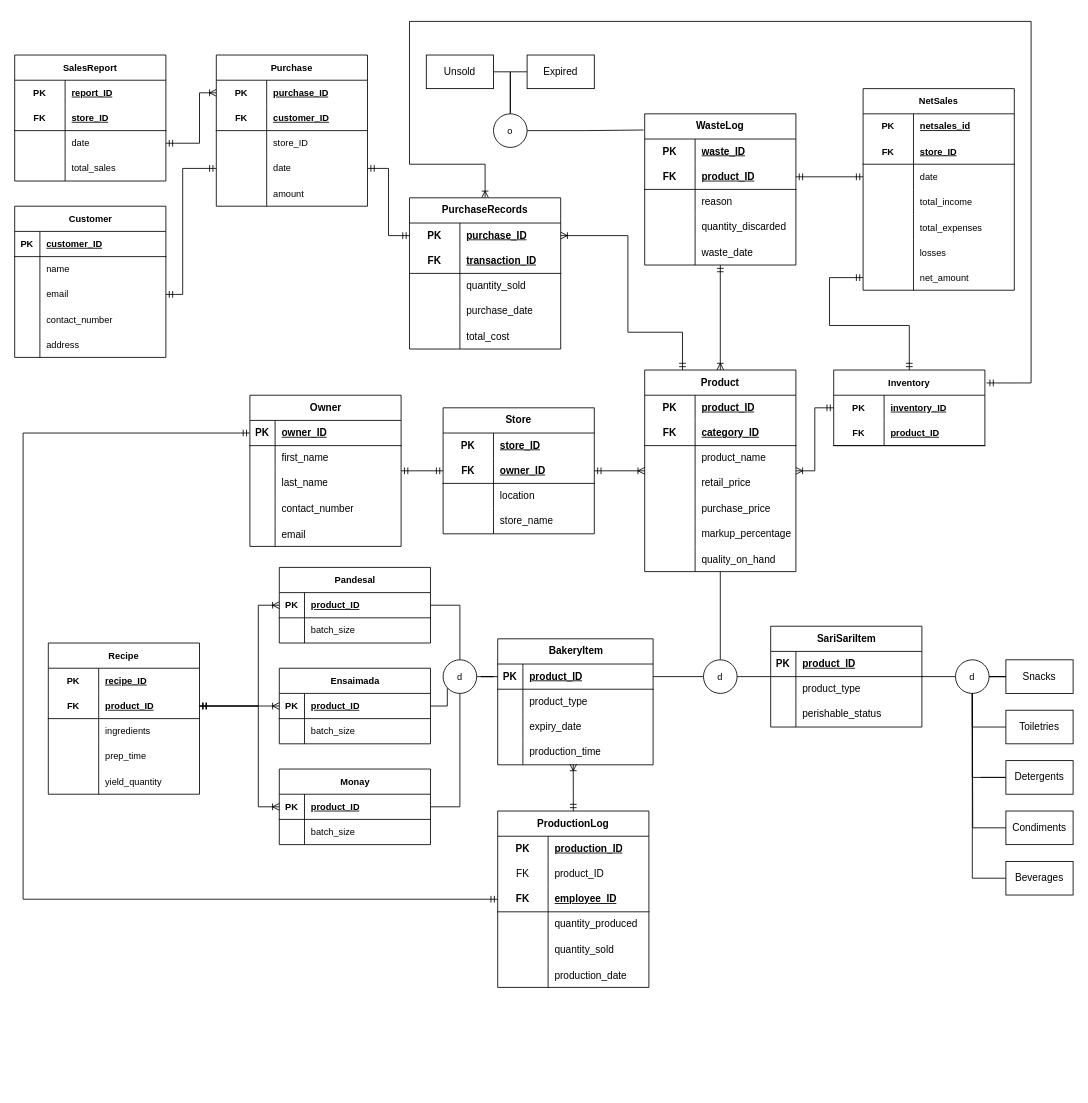
This is Reworked ERD.drawio from ConnedMaster/ITS131P, a draw.io file, before an edit. Source tidied: cells renumbered, new cells numbered last; positions are measured from the earlier drawing's top-left corner, leaving out a move shared by most shapes. Both pictures are drawn from the tidied source at 84%, with x=0, y=0 at pixel (14, 21).
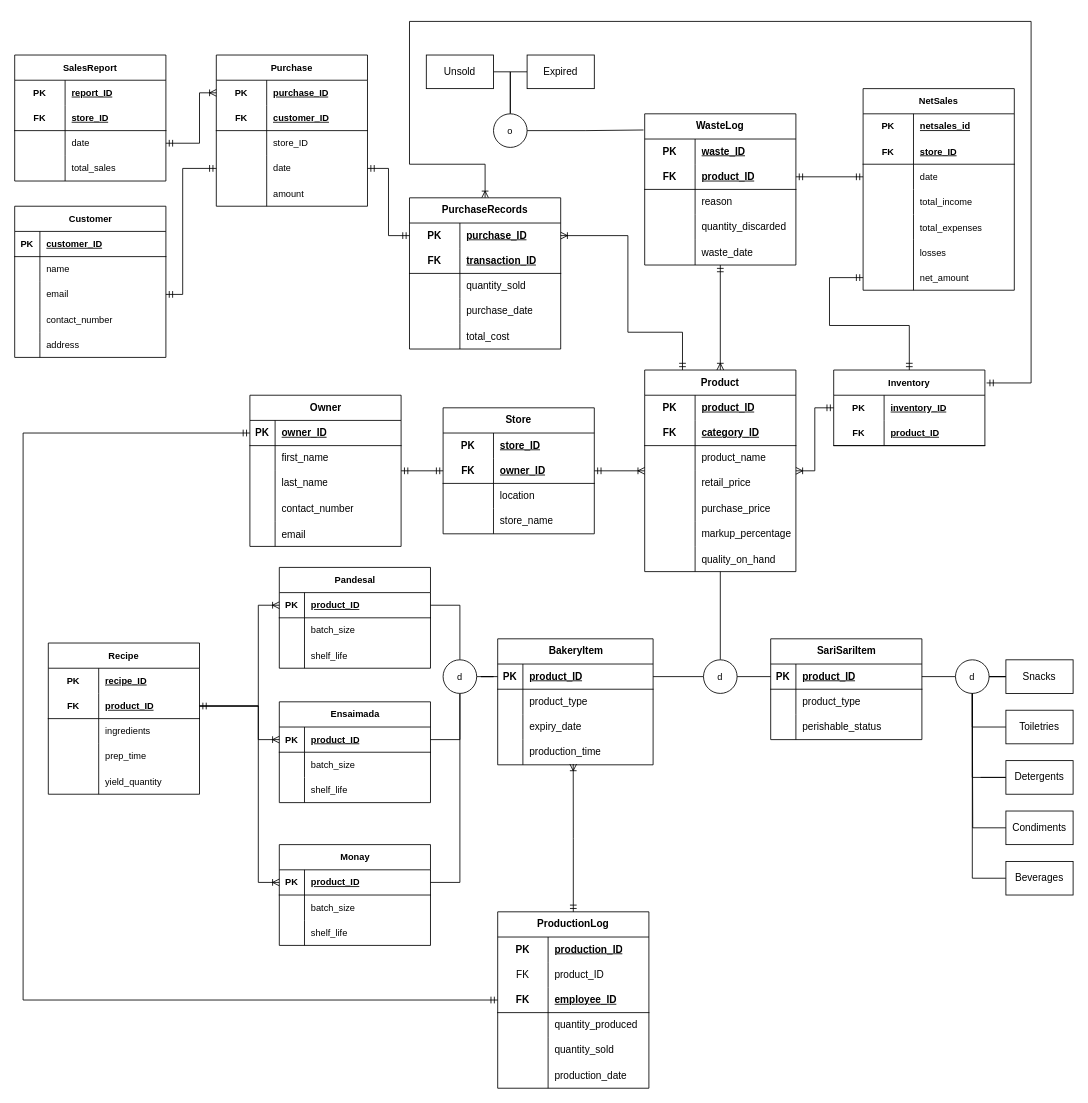
Above is the later version.

Unchanged cells that the change refers to:
```xml
<mxCell id="5" value="d" style="ellipse;whiteSpace=wrap;html=1;fontFamily=Helvetica;fontSize=11;fontColor=default;labelBackgroundColor=default;" parent="1" vertex="1">
  <mxGeometry x="820" y="760" width="40" height="40" as="geometry" />
</mxCell>
<mxCell id="10" value="d" style="ellipse;whiteSpace=wrap;html=1;fontFamily=Helvetica;fontSize=11;fontColor=default;labelBackgroundColor=default;" parent="1" vertex="1">
  <mxGeometry x="510" y="760" width="40" height="40" as="geometry" />
</mxCell>
<mxCell id="14" value="d" style="ellipse;whiteSpace=wrap;html=1;fontFamily=Helvetica;fontSize=11;fontColor=default;labelBackgroundColor=default;" parent="1" vertex="1">
  <mxGeometry x="1120" y="760" width="40" height="40" as="geometry" />
</mxCell>
<mxCell id="34" style="shape=tableRow;horizontal=0;startSize=0;swimlaneHead=0;swimlaneBody=0;fillColor=none;points=[[0,0.5],[1,0.5]];portConstraint=eastwest;top=0;left=0;right=0;bottom=1;" parent="33" vertex="1">
  <mxGeometry y="30" width="180" height="30" as="geometry" />
</mxCell>
<mxCell id="82" style="shape=tableRow;horizontal=0;startSize=0;swimlaneHead=0;swimlaneBody=0;fillColor=none;points=[[0,0.5],[1,0.5]];portConstraint=eastwest;top=0;left=0;right=0;bottom=1;" parent="81" vertex="1">
  <mxGeometry y="30" width="180" height="30" as="geometry" />
</mxCell>
<mxCell id="201" style="shape=tableRow;horizontal=0;startSize=0;swimlaneHead=0;swimlaneBody=0;fillColor=none;points=[[0,0.5],[1,0.5]];portConstraint=eastwest;top=0;left=0;right=0;bottom=1;html=1;fontFamily=Helvetica;fontSize=11;fontColor=default;labelBackgroundColor=default;" parent="197" vertex="1">
  <mxGeometry y="60" width="180" height="30" as="geometry" />
</mxCell>
<mxCell id="260" style="shape=tableRow;horizontal=0;startSize=0;swimlaneHead=0;swimlaneBody=0;fillColor=none;points=[[0,0.5],[1,0.5]];portConstraint=eastwest;top=0;left=0;right=0;bottom=1;fontFamily=Helvetica;fontSize=11;fontColor=default;labelBackgroundColor=default;" parent="259" vertex="1">
  <mxGeometry y="30" width="180" height="30" as="geometry" />
</mxCell>
<mxCell id="267" style="shape=tableRow;horizontal=0;startSize=0;swimlaneHead=0;swimlaneBody=0;fillColor=none;points=[[0,0.5],[1,0.5]];portConstraint=eastwest;top=0;left=0;right=0;bottom=1;fontFamily=Helvetica;fontSize=11;fontColor=default;labelBackgroundColor=default;" parent="266" vertex="1">
  <mxGeometry y="30" width="180" height="30" as="geometry" />
</mxCell>
<mxCell id="275" style="shape=tableRow;horizontal=0;startSize=0;swimlaneHead=0;swimlaneBody=0;fillColor=none;points=[[0,0.5],[1,0.5]];portConstraint=eastwest;top=0;left=0;right=0;bottom=1;fontFamily=Helvetica;fontSize=11;fontColor=default;labelBackgroundColor=default;" parent="274" vertex="1">
  <mxGeometry y="30" width="180" height="30" as="geometry" />
</mxCell>
```

The edit, as a diff of the source:
```diff
@@
-    <mxCell id="3" style="edgeStyle=orthogonalEdgeStyle;shape=connector;rounded=0;jettySize=auto;html=1;entryX=0;entryY=0.5;entryDx=0;entryDy=0;strokeColor=default;align=center;verticalAlign=middle;fontFamily=Helvetica;fontSize=11;fontColor=default;labelBackgroundColor=default;startFill=0;endArrow=none;" parent="1" edge="1" source="5" target="33">
+    <mxCell id="3" style="edgeStyle=orthogonalEdgeStyle;shape=connector;rounded=0;jettySize=auto;html=1;entryX=0;entryY=0.5;entryDx=0;entryDy=0;strokeColor=default;align=center;verticalAlign=middle;fontFamily=Helvetica;fontSize=11;fontColor=default;labelBackgroundColor=default;startFill=0;endArrow=none;" parent="1" edge="1" source="5" target="34">
       <mxGeometry relative="1" as="geometry" />
     </mxCell>
@@
-    <mxCell id="6" style="edgeStyle=orthogonalEdgeStyle;shape=connector;rounded=0;jettySize=auto;html=1;entryX=0.5;entryY=1;entryDx=0;entryDy=0;strokeColor=default;align=center;verticalAlign=middle;fontFamily=Helvetica;fontSize=11;fontColor=default;labelBackgroundColor=default;startFill=0;endArrow=none;exitX=1;exitY=0.5;exitDx=0;exitDy=0;" parent="1" edge="1" source="275" target="10">
-      <mxGeometry relative="1" as="geometry" />
-    </mxCell>
@@
-    <mxCell id="9" style="edgeStyle=orthogonalEdgeStyle;shape=connector;rounded=0;jettySize=auto;html=1;entryX=1;entryY=0.5;entryDx=0;entryDy=0;strokeColor=default;align=center;verticalAlign=middle;fontFamily=Helvetica;fontSize=11;fontColor=default;labelBackgroundColor=default;startFill=0;endArrow=none;" parent="1" edge="1" source="10" target="267">
-      <mxGeometry relative="1" as="geometry">
-        <Array as="points">
-          <mxPoint x="515" y="815" />
-        </Array>
-      </mxGeometry>
+    <mxCell id="9" style="edgeStyle=orthogonalEdgeStyle;shape=connector;rounded=0;jettySize=auto;html=1;entryX=1;entryY=0.5;entryDx=0;entryDy=0;strokeColor=default;align=center;verticalAlign=middle;fontFamily=Helvetica;fontSize=11;fontColor=default;labelBackgroundColor=default;endArrow=none;endFill=0;" parent="1" edge="1" source="10" target="267">
+      <mxGeometry relative="1" as="geometry" />
     </mxCell>
+    <mxCell id="282" style="edgeStyle=orthogonalEdgeStyle;shape=connector;rounded=0;jettySize=auto;html=1;entryX=1;entryY=0.5;entryDx=0;entryDy=0;strokeColor=default;align=center;verticalAlign=middle;fontFamily=Helvetica;fontSize=11;fontColor=default;labelBackgroundColor=default;endArrow=none;endFill=0;" parent="1" edge="1" source="10" target="275">
+      <mxGeometry relative="1" as="geometry" />
+    </mxCell>
@@
-    <mxCell id="11" style="edgeStyle=orthogonalEdgeStyle;shape=connector;rounded=0;jettySize=auto;html=1;entryX=1;entryY=0.5;entryDx=0;entryDy=0;strokeColor=default;align=center;verticalAlign=middle;fontFamily=Helvetica;fontSize=11;fontColor=default;labelBackgroundColor=default;startFill=0;endArrow=none;" parent="1" edge="1" source="14" target="33">
+    <mxCell id="11" style="edgeStyle=orthogonalEdgeStyle;shape=connector;rounded=0;jettySize=auto;html=1;entryX=1;entryY=0.5;entryDx=0;entryDy=0;strokeColor=default;align=center;verticalAlign=middle;fontFamily=Helvetica;fontSize=11;fontColor=default;labelBackgroundColor=default;startFill=0;endArrow=none;" parent="1" edge="1" source="14" target="34">
       <mxGeometry relative="1" as="geometry" />
     </mxCell>
@@
     <mxCell id="33" value="SariSariItem" style="shape=table;startSize=30;childLayout=tableLayout;rowLines=0;fontStyle=1;align=center;html=1;" parent="1" vertex="1">
-      <mxGeometry x="900" y="720" width="180" height="120" as="geometry" />
+      <mxGeometry x="900" y="735" width="180" height="120" as="geometry" />
     </mxCell>
@@
     <mxCell id="126" value="ProductionLog" style="shape=table;startSize=30;childLayout=tableLayout;rowLines=0;fontStyle=1;align=center;html=1;whiteSpace=wrap;" parent="1" vertex="1">
-      <mxGeometry x="575" y="940" width="180" height="210" as="geometry" />
+      <mxGeometry x="575" y="1060" width="180" height="210" as="geometry" />
     </mxCell>
@@
     <mxCell id="173" style="edgeStyle=orthogonalEdgeStyle;fontSize=12;html=1;endArrow=ERmandOne;startArrow=ERmandOne;rounded=0;strokeColor=default;align=center;verticalAlign=middle;fontFamily=Helvetica;fontColor=default;labelBackgroundColor=default;exitX=0;exitY=0.5;exitDx=0;exitDy=0;entryX=0;entryY=0.5;entryDx=0;entryDy=0;" parent="1" edge="1" source="126" target="82">
       <mxGeometry relative="1" as="geometry">
         <Array as="points">
-          <mxPoint x="10" y="1045" />
+          <mxPoint x="10" y="1165" />
           <mxPoint x="10" y="490" />
         </Array>
       </mxGeometry>
     </mxCell>
@@
-    <mxCell id="213" style="edgeStyle=orthogonalEdgeStyle;fontSize=12;html=1;endArrow=ERoneToMany;startArrow=ERmandOne;rounded=0;strokeColor=default;align=center;verticalAlign=middle;fontFamily=Helvetica;fontColor=default;labelBackgroundColor=default;exitX=1;exitY=0.5;exitDx=0;exitDy=0;entryX=0;entryY=0.5;entryDx=0;entryDy=0;" parent="1" edge="1" source="201" target="259">
+    <mxCell id="213" style="edgeStyle=orthogonalEdgeStyle;fontSize=12;html=1;endArrow=ERoneToMany;startArrow=ERmandOne;rounded=0;strokeColor=default;align=center;verticalAlign=middle;fontFamily=Helvetica;fontColor=default;labelBackgroundColor=default;exitX=1;exitY=0.5;exitDx=0;exitDy=0;entryX=0;entryY=0.5;entryDx=0;entryDy=0;" parent="1" edge="1" source="201" target="260">
       <mxGeometry relative="1" as="geometry">
         <Array as="points">
           <mxPoint x="290" y="815" />
           <mxPoint x="290" y="695" />
         </Array>
       </mxGeometry>
     </mxCell>
@@
     <mxCell id="259" value="Pandesal" style="shape=table;startSize=30;childLayout=tableLayout;rowLines=0;fontStyle=1;align=center;html=1;fontFamily=Helvetica;fontSize=11;fontColor=default;labelBackgroundColor=default;" parent="1" vertex="1">
-      <mxGeometry x="315" y="650" width="180" height="90" as="geometry" />
+      <mxGeometry x="315" y="650" width="180" height="120" as="geometry" />
     </mxCell>
@@
+    <mxCell id="283" style="shape=tableRow;horizontal=0;startSize=0;swimlaneHead=0;swimlaneBody=0;fillColor=none;top=0;left=0;right=0;bottom=0;fontFamily=Helvetica;fontSize=11;fontColor=default;labelBackgroundColor=default;" parent="259" vertex="1">
+      <mxGeometry y="90" width="180" height="30" as="geometry" />
+    </mxCell>
+    <mxCell id="284" style="shape=partialRectangle;fillColor=none;top=0;left=0;bottom=0;right=0;overflow=hidden;fontFamily=Helvetica;fontSize=11;fontColor=default;labelBackgroundColor=default;" parent="283" vertex="1">
+      <mxGeometry width="30" height="30" as="geometry" />
+    </mxCell>
+    <mxCell id="285" value="shelf_life" style="shape=partialRectangle;fillColor=none;top=0;left=0;bottom=0;right=0;align=left;spacingLeft=6;overflow=hidden;fontFamily=Helvetica;fontSize=11;fontColor=default;labelBackgroundColor=default;" parent="283" vertex="1">
+      <mxGeometry x="30" width="150" height="30" as="geometry" />
+    </mxCell>
     <mxCell id="266" value="Ensaimada" style="shape=table;startSize=30;childLayout=tableLayout;rowLines=0;fontStyle=1;align=center;html=1;fontFamily=Helvetica;fontSize=11;fontColor=default;labelBackgroundColor=default;" parent="1" vertex="1">
-      <mxGeometry x="315" y="770" width="180" height="90" as="geometry" />
+      <mxGeometry x="315" y="810" width="180" height="120" as="geometry" />
     </mxCell>
@@
-    <mxCell id="273" style="edgeStyle=orthogonalEdgeStyle;fontSize=12;html=1;endArrow=ERoneToMany;startArrow=ERmandOne;rounded=0;strokeColor=default;align=center;verticalAlign=middle;fontFamily=Helvetica;fontColor=default;labelBackgroundColor=default;exitX=1;exitY=0.5;exitDx=0;exitDy=0;entryX=0;entryY=0.5;entryDx=0;entryDy=0;" parent="1" edge="1" source="201" target="267">
-      <mxGeometry relative="1" as="geometry">
-        <Array as="points">
-          <mxPoint x="300" y="815" />
-          <mxPoint x="300" y="815" />
-        </Array>
-      </mxGeometry>
-    </mxCell>
+    <mxCell id="286" style="shape=tableRow;horizontal=0;startSize=0;swimlaneHead=0;swimlaneBody=0;fillColor=none;top=0;left=0;right=0;bottom=0;fontFamily=Helvetica;fontSize=11;fontColor=default;labelBackgroundColor=default;" parent="266" vertex="1">
+      <mxGeometry y="90" width="180" height="30" as="geometry" />
+    </mxCell>
+    <mxCell id="287" style="shape=partialRectangle;fillColor=none;top=0;left=0;bottom=0;right=0;overflow=hidden;fontFamily=Helvetica;fontSize=11;fontColor=default;labelBackgroundColor=default;" parent="286" vertex="1">
+      <mxGeometry width="30" height="30" as="geometry" />
+    </mxCell>
+    <mxCell id="288" value="shelf_life" style="shape=partialRectangle;fillColor=none;top=0;left=0;bottom=0;right=0;align=left;spacingLeft=6;overflow=hidden;fontFamily=Helvetica;fontSize=11;fontColor=default;labelBackgroundColor=default;" parent="286" vertex="1">
+      <mxGeometry x="30" width="150" height="30" as="geometry" />
+    </mxCell>
     <mxCell id="274" value="Monay" style="shape=table;startSize=30;childLayout=tableLayout;rowLines=0;fontStyle=1;align=center;html=1;fontFamily=Helvetica;fontSize=11;fontColor=default;labelBackgroundColor=default;" parent="1" vertex="1">
-      <mxGeometry x="315" y="890" width="180" height="90" as="geometry" />
+      <mxGeometry x="315" y="980" width="180" height="120" as="geometry" />
     </mxCell>
@@
-    <mxCell id="281" style="edgeStyle=orthogonalEdgeStyle;fontSize=12;html=1;endArrow=ERoneToMany;startArrow=ERmandOne;rounded=0;strokeColor=default;align=center;verticalAlign=middle;fontFamily=Helvetica;fontColor=default;labelBackgroundColor=default;exitX=1;exitY=0.5;exitDx=0;exitDy=0;entryX=0;entryY=0.5;entryDx=0;entryDy=0;" parent="1" edge="1" source="201" target="275">
-      <mxGeometry relative="1" as="geometry">
-        <Array as="points">
-          <mxPoint x="290" y="815" />
-          <mxPoint x="290" y="935" />
-        </Array>
-      </mxGeometry>
-    </mxCell>
+    <mxCell id="289" style="shape=tableRow;horizontal=0;startSize=0;swimlaneHead=0;swimlaneBody=0;fillColor=none;top=0;left=0;right=0;bottom=0;fontFamily=Helvetica;fontSize=11;fontColor=default;labelBackgroundColor=default;" parent="274" vertex="1">
+      <mxGeometry y="90" width="180" height="30" as="geometry" />
+    </mxCell>
+    <mxCell id="290" style="shape=partialRectangle;fillColor=none;top=0;left=0;bottom=0;right=0;overflow=hidden;fontFamily=Helvetica;fontSize=11;fontColor=default;labelBackgroundColor=default;" parent="289" vertex="1">
+      <mxGeometry width="30" height="30" as="geometry" />
+    </mxCell>
+    <mxCell id="291" value="shelf_life" style="shape=partialRectangle;fillColor=none;top=0;left=0;bottom=0;right=0;align=left;spacingLeft=6;overflow=hidden;fontFamily=Helvetica;fontSize=11;fontColor=default;labelBackgroundColor=default;" parent="289" vertex="1">
+      <mxGeometry x="30" width="150" height="30" as="geometry" />
+    </mxCell>
+    <mxCell id="292" style="edgeStyle=orthogonalEdgeStyle;shape=connector;rounded=0;jettySize=auto;html=1;entryX=1;entryY=0.5;entryDx=0;entryDy=0;strokeColor=default;align=center;verticalAlign=middle;fontFamily=Helvetica;fontSize=11;fontColor=default;labelBackgroundColor=default;endArrow=none;endFill=0;startArrow=ERoneToMany;startFill=0;" parent="1" edge="1" source="267" target="201">
+      <mxGeometry relative="1" as="geometry">
+        <Array as="points">
+          <mxPoint x="290" y="855" />
+          <mxPoint x="290" y="815" />
+        </Array>
+      </mxGeometry>
+    </mxCell>
+    <mxCell id="293" style="edgeStyle=orthogonalEdgeStyle;shape=connector;rounded=0;jettySize=auto;html=1;entryX=1;entryY=0.5;entryDx=0;entryDy=0;strokeColor=default;align=center;verticalAlign=middle;fontFamily=Helvetica;fontSize=11;fontColor=default;labelBackgroundColor=default;endArrow=none;endFill=0;startArrow=ERoneToMany;startFill=0;" parent="1" edge="1" source="275" target="201">
+      <mxGeometry relative="1" as="geometry">
+        <Array as="points">
+          <mxPoint x="290" y="1025" />
+          <mxPoint x="290" y="815" />
+        </Array>
+      </mxGeometry>
+    </mxCell>
```
